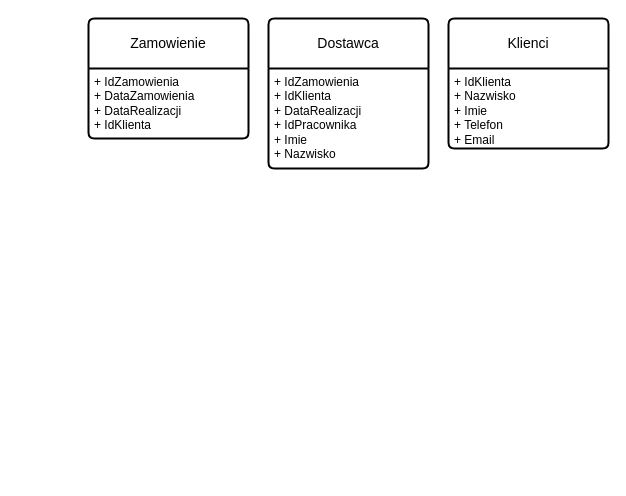
The draw.io diagram DiagramSklepu.drawio in MaciejMocarski/TID-stuff, before the edit. Source tidied: cells renumbered, new cells numbered last; positions are measured from the earlier drawing's top-left corner, leaving out a move shared by most shapes. Both pictures are drawn from the tidied source at 100%, with x=0, y=0 at pixel (88, 18).
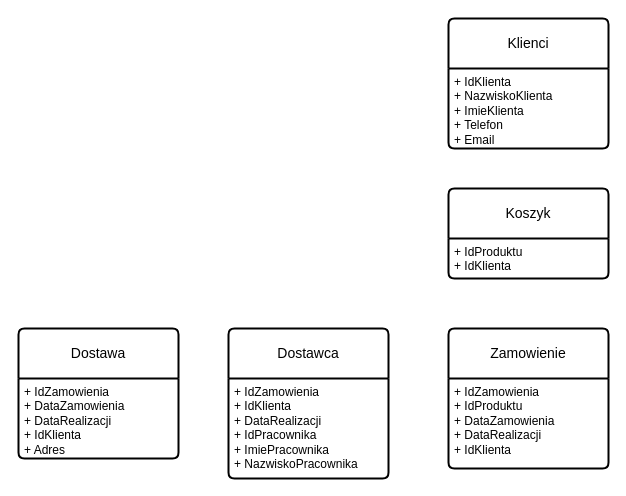
The same diagram, later.

Change to the diagram source:
```diff
@@
 <mxGraphModel>
   <root>
     <mxCell id="0" />
     <mxCell id="1" parent="0" />
     <mxCell id="2" value="Zamowienie" style="swimlane;horizontal=1;startSize=50;rounded=1;fontSize=14;fontStyle=0;strokeWidth=2;shadow=0;dashed=0;align=center;arcSize=4;whiteSpace=wrap;html=1;" parent="1" vertex="1">
-      <mxGeometry width="160" height="120" as="geometry" />
+      <mxGeometry x="360" y="310" width="160" height="140" as="geometry" />
     </mxCell>
-    <mxCell id="3" value="+ IdZamowienia&lt;br&gt;+ DataZamowienia&lt;br&gt;+ DataRealizacji&lt;div&gt;+ IdKlienta&lt;/div&gt;" style="align=left;strokeColor=none;fillColor=none;spacingLeft=4;fontSize=12;verticalAlign=top;html=1;" parent="2" vertex="1">
-      <mxGeometry y="50" width="160" height="70" as="geometry" />
+    <mxCell id="3" value="+ IdZamowienia&lt;div&gt;+ IdProduktu&lt;br&gt;+ DataZamowienia&lt;br&gt;+ DataRealizacji&lt;div&gt;+ IdKlienta&lt;/div&gt;&lt;/div&gt;" style="align=left;strokeColor=none;fillColor=none;spacingLeft=4;fontSize=12;verticalAlign=top;html=1;" parent="2" vertex="1">
+      <mxGeometry y="50" width="160" height="90" as="geometry" />
     </mxCell>
     <mxCell id="4" value="Klienci" style="swimlane;horizontal=1;startSize=50;rounded=1;fontSize=14;fontStyle=0;strokeWidth=2;shadow=0;dashed=0;align=center;arcSize=4;whiteSpace=wrap;html=1;" parent="1" vertex="1">
       <mxGeometry x="360" width="160" height="130" as="geometry" />
     </mxCell>
-    <mxCell id="5" value="+ IdKlienta&lt;br&gt;+ Nazwisko&lt;br&gt;+ Imie&lt;div&gt;+ T&lt;span style=&quot;background-color: initial;&quot;&gt;elefon&lt;/span&gt;&lt;/div&gt;&lt;div&gt;+ Email&lt;/div&gt;&lt;div&gt;&lt;br&gt;&lt;/div&gt;" style="align=left;strokeColor=none;fillColor=none;spacingLeft=4;fontSize=12;verticalAlign=top;html=1;" parent="4" vertex="1">
+    <mxCell id="5" value="+ IdKlienta&lt;br&gt;+ NazwiskoKlienta&lt;br&gt;+ ImieKlienta&lt;div&gt;+ T&lt;span style=&quot;background-color: initial;&quot;&gt;elefon&lt;/span&gt;&lt;/div&gt;&lt;div&gt;+ Email&lt;/div&gt;&lt;div&gt;&lt;br&gt;&lt;/div&gt;" style="align=left;strokeColor=none;fillColor=none;spacingLeft=4;fontSize=12;verticalAlign=top;html=1;" parent="4" vertex="1">
       <mxGeometry y="50" width="160" height="80" as="geometry" />
     </mxCell>
     <mxCell id="6" value="Dostawca" style="swimlane;horizontal=1;startSize=50;rounded=1;fontSize=14;fontStyle=0;strokeWidth=2;shadow=0;dashed=0;align=center;arcSize=4;whiteSpace=wrap;html=1;" parent="1" vertex="1">
-      <mxGeometry x="180" width="160" height="150" as="geometry" />
+      <mxGeometry x="140" y="310" width="160" height="150" as="geometry" />
     </mxCell>
-    <mxCell id="7" value="+ IdZamowienia&lt;br&gt;+ IdKlienta&lt;br&gt;+ DataRealizacji&lt;div&gt;+ IdPracownika&lt;/div&gt;&lt;div&gt;+ Imie&lt;/div&gt;&lt;div&gt;+ Nazwisko&lt;/div&gt;" style="align=left;strokeColor=none;fillColor=none;spacingLeft=4;fontSize=12;verticalAlign=top;html=1;" parent="6" vertex="1">
+    <mxCell id="7" value="+ IdZamowienia&lt;br&gt;+ IdKlienta&lt;br&gt;+ DataRealizacji&lt;div&gt;+ IdPracownika&lt;/div&gt;&lt;div&gt;+ ImiePracownika&lt;/div&gt;&lt;div&gt;+ NazwiskoPracownika&lt;/div&gt;" style="align=left;strokeColor=none;fillColor=none;spacingLeft=4;fontSize=12;verticalAlign=top;html=1;" parent="6" vertex="1">
       <mxGeometry y="50" width="160" height="100" as="geometry" />
     </mxCell>
+    <mxCell id="8" value="Koszyk" style="swimlane;horizontal=1;startSize=50;rounded=1;fontSize=14;fontStyle=0;strokeWidth=2;shadow=0;dashed=0;align=center;arcSize=4;whiteSpace=wrap;html=1;" parent="1" vertex="1">
+      <mxGeometry x="360" y="170" width="160" height="90" as="geometry" />
+    </mxCell>
+    <mxCell id="9" value="+ IdProduktu&lt;br&gt;+ IdKlienta" style="align=left;strokeColor=none;fillColor=none;spacingLeft=4;fontSize=12;verticalAlign=top;html=1;" parent="8" vertex="1">
+      <mxGeometry y="50" width="160" height="40" as="geometry" />
+    </mxCell>
+    <mxCell id="10" value="Dostawa" style="swimlane;horizontal=1;startSize=50;rounded=1;fontSize=14;fontStyle=0;strokeWidth=2;shadow=0;dashed=0;align=center;arcSize=4;whiteSpace=wrap;html=1;" parent="1" vertex="1">
+      <mxGeometry x="-70" y="310" width="160" height="130" as="geometry" />
+    </mxCell>
+    <mxCell id="11" value="+ IdZamowienia&lt;br&gt;+ DataZamowienia&lt;br&gt;+ DataRealizacji&lt;div&gt;+ IdKlienta&lt;/div&gt;&lt;div&gt;+ Adres&amp;nbsp;&lt;/div&gt;" style="align=left;strokeColor=none;fillColor=none;spacingLeft=4;fontSize=12;verticalAlign=top;html=1;" parent="10" vertex="1">
+      <mxGeometry y="50" width="160" height="80" as="geometry" />
+    </mxCell>
   </root>
 </mxGraphModel>
```
